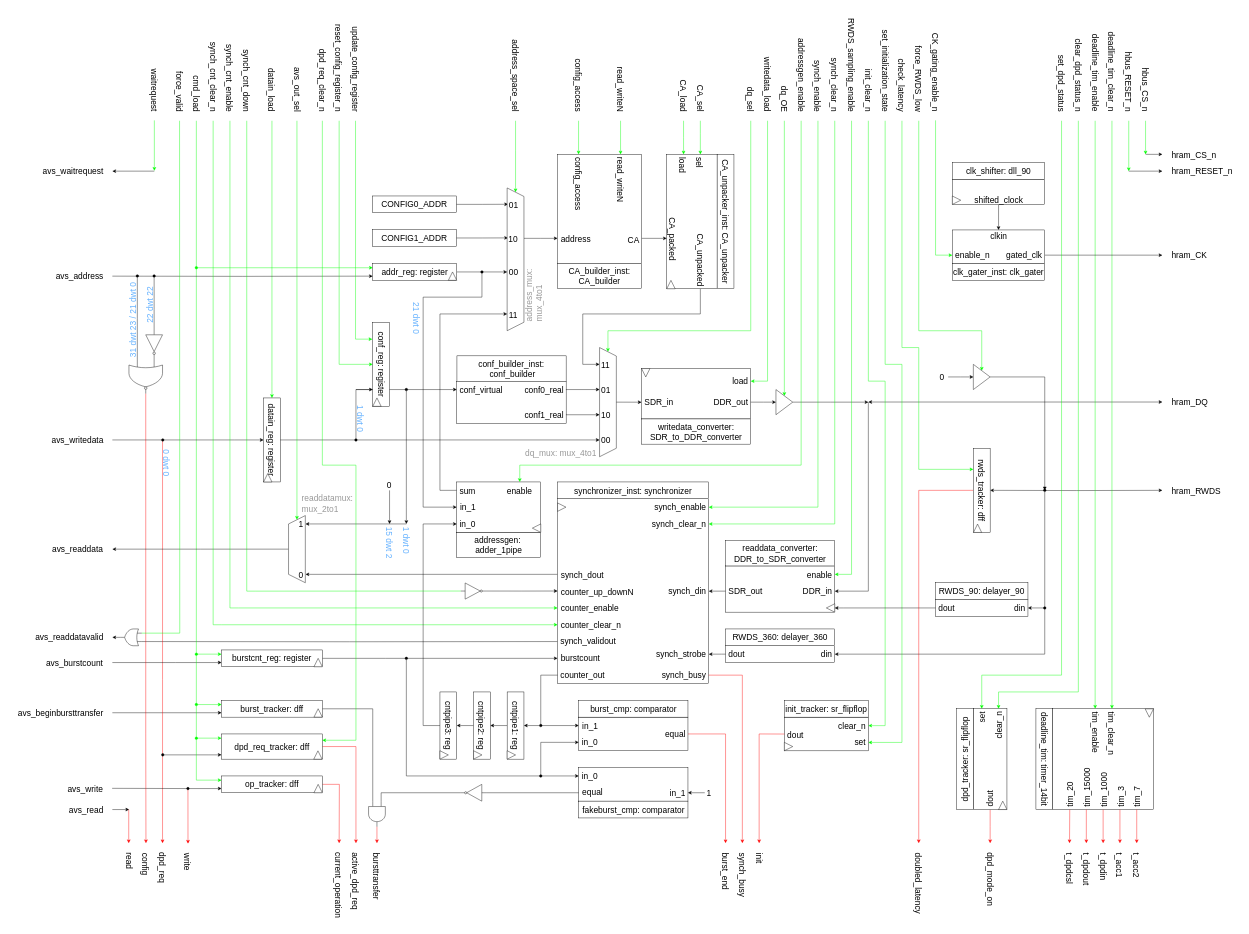
Before: page "RTL" (2 of 8) of hyperram_system/ip/avs_to_hram_converter/schematics/avs_to_hram_converter.drawio in AndreaBononi/Intel_Cyclone10LP_systems, a draw.io diagram. Source tidied: cells renumbered, new cells numbered last; positions are measured from the earlier drawing's top-left corner, leaving out a move shared by most shapes. Both pictures are drawn from the tidied source at 42%, with x=0, y=0 at pixel (7, 51).
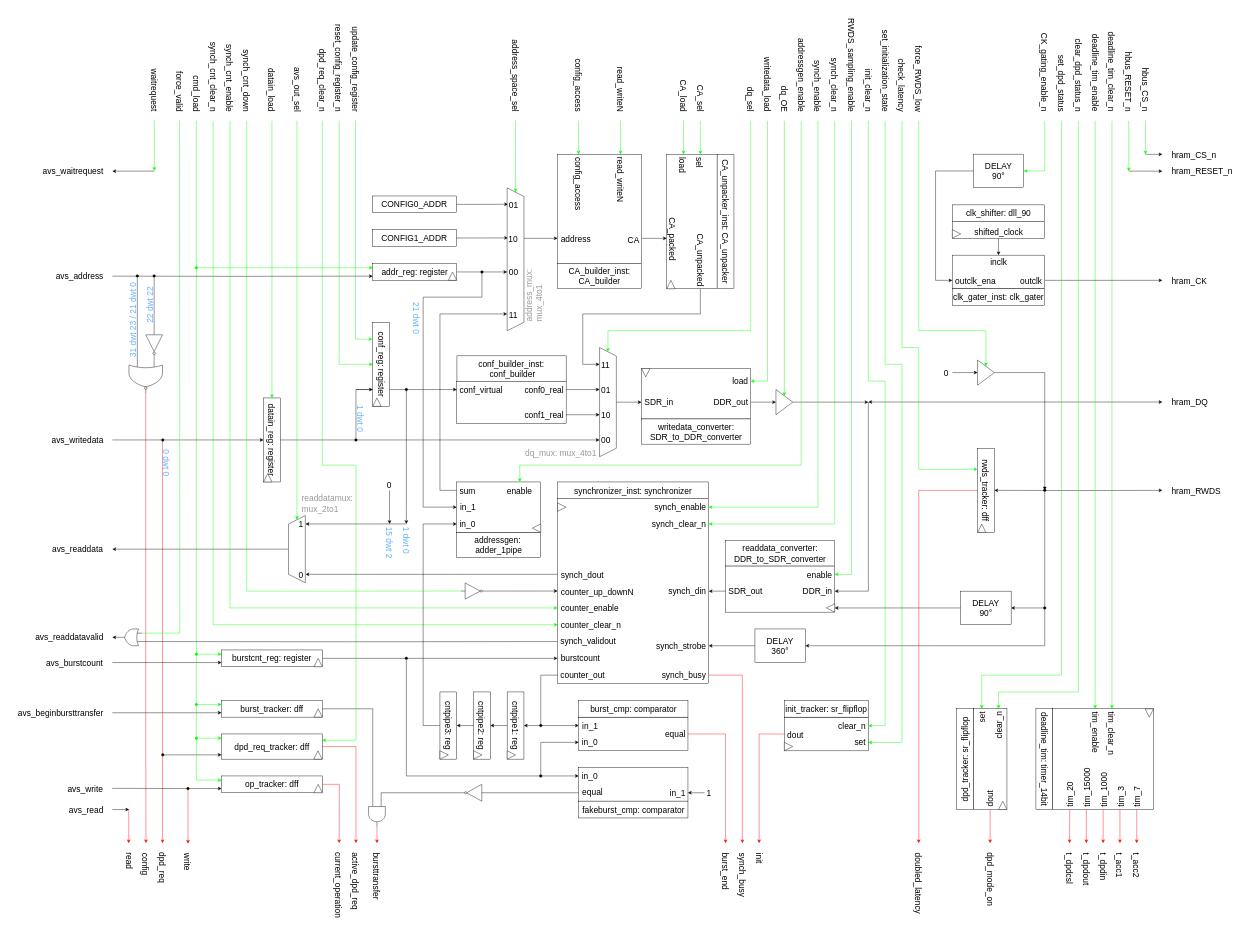
Above is the later version.

The change refers to these unchanged cells:
```xml
<mxCell id="22" style="triangle;whiteSpace=wrap;html=1;direction=west;fontSize=20;" parent="1" vertex="1">
  <mxGeometry x="1950" y="1315" width="20" height="20" as="geometry" />
</mxCell>
```

Diff of the diagram source:
```diff
@@
     <mxCell id="34" value="&lt;div style=&quot;font-size: 16px;&quot;&gt;&lt;font style=&quot;font-size: 20px;&quot;&gt;hram_CK&lt;/font&gt;&lt;/div&gt;" style="text;html=1;align=left;verticalAlign=middle;strokeColor=none;fillColor=none;fontSize=15;" parent="1" vertex="1">
-      <mxGeometry x="2770" y="465" width="110" height="40" as="geometry" />
+      <mxGeometry x="2770" y="525" width="110" height="40" as="geometry" />
     </mxCell>
-    <mxCell id="35" style="edgeStyle=orthogonalEdgeStyle;rounded=0;jettySize=auto;html=1;strokeColor=#00FF00;entryX=0;entryY=0.75;entryDx=0;entryDy=0;" parent="1" edge="1" target="80">
+    <mxCell id="35" style="edgeStyle=orthogonalEdgeStyle;rounded=0;jettySize=auto;html=1;strokeColor=default;entryX=0;entryY=0.75;entryDx=0;entryDy=0;exitX=0;exitY=0.5;exitDx=0;exitDy=0;" parent="1" edge="1" source="345" target="80">
       <mxGeometry relative="1" as="geometry">
-        <mxPoint x="2210" y="164" as="sourcePoint" />
         <Array as="points">
-          <mxPoint x="2210" y="485" />
+          <mxPoint x="2210" y="285" />
+          <mxPoint x="2210" y="545" />
         </Array>
       </mxGeometry>
     </mxCell>
     <mxCell id="36" value="&lt;font style=&quot;font-size: 20px;&quot;&gt;CK_gating_enable_n&lt;/font&gt;" style="text;html=1;align=right;verticalAlign=middle;strokeColor=none;fillColor=none;rotation=90;fontSize=15;" parent="1" vertex="1">
-      <mxGeometry x="2105" y="19.1" width="210" height="40" as="geometry" />
+      <mxGeometry x="2364" y="19.1" width="210" height="40" as="geometry" />
     </mxCell>
-    <mxCell id="37" style="edgeStyle=orthogonalEdgeStyle;rounded=0;jettySize=auto;html=1;entryX=1;entryY=0.5;entryDx=0;entryDy=0;startArrow=oval;startFill=1;" parent="1" edge="1" target="38">
+    <mxCell id="37" style="edgeStyle=orthogonalEdgeStyle;rounded=0;jettySize=auto;html=1;entryX=1;entryY=0.5;entryDx=0;entryDy=0;startArrow=oval;startFill=1;" parent="1" edge="1" target="347">
       <mxGeometry relative="1" as="geometry">
         <mxPoint x="2470" y="1325" as="sourcePoint" />
         <Array as="points">
-          <mxPoint x="2470" y="1435" />
+          <mxPoint x="2470" y="1415" />
         </Array>
       </mxGeometry>
     </mxCell>
-    <mxCell id="38" style="rounded=0;whiteSpace=wrap;html=1;fontSize=20;" parent="1" vertex="1">
-      <mxGeometry x="1710" y="1415" width="260" height="40" as="geometry" />
-    </mxCell>
-    <mxCell id="39" value="&lt;font style=&quot;font-size: 20px;&quot;&gt;RWDS_360: delayer_360&lt;/font&gt;" style="rounded=0;whiteSpace=wrap;html=1;fontSize=20;" parent="1" vertex="1">
-      <mxGeometry x="1710" y="1375" width="260" height="40" as="geometry" />
-    </mxCell>
-    <mxCell id="40" value="&lt;font style=&quot;font-size: 20px;&quot;&gt;din&lt;/font&gt;" style="text;html=1;align=right;verticalAlign=middle;strokeColor=none;fillColor=none;fontSize=20;" parent="1" vertex="1">
-      <mxGeometry x="1914.5" y="1413.5" width="50" height="40" as="geometry" />
-    </mxCell>
-    <mxCell id="41" value="&lt;div style=&quot;font-size: 20px;&quot; align=&quot;left&quot;&gt;&lt;font style=&quot;font-size: 20px;&quot;&gt;dout&lt;/font&gt;&lt;/div&gt;" style="text;html=1;align=left;verticalAlign=middle;strokeColor=none;fillColor=none;fontSize=20;" parent="1" vertex="1">
-      <mxGeometry x="1714.5" y="1413.5" width="60" height="40" as="geometry" />
-    </mxCell>
@@
     <mxCell id="43" style="rounded=0;whiteSpace=wrap;html=1;fontSize=20;rotation=0;" parent="1" vertex="1">
-      <mxGeometry x="2250" y="305" width="220" height="60" as="geometry" />
+      <mxGeometry x="2250" y="405.3" width="220" height="40" as="geometry" />
     </mxCell>
     <mxCell id="44" value="&lt;font style=&quot;font-size: 20px;&quot;&gt;clk_shifter: dll_90&lt;br style=&quot;font-size: 20px;&quot;&gt;&lt;/font&gt;" style="rounded=0;whiteSpace=wrap;html=1;fontSize=20;rotation=0;" parent="1" vertex="1">
-      <mxGeometry x="2250" y="264.5" width="220" height="40" as="geometry" />
+      <mxGeometry x="2250" y="365.3" width="220" height="40" as="geometry" />
     </mxCell>
     <mxCell id="45" value="&lt;div align=&quot;center&quot; style=&quot;font-size: 20px;&quot;&gt;&lt;font style=&quot;font-size: 20px;&quot;&gt;shifted_clock&lt;/font&gt;&lt;/div&gt;" style="text;html=1;align=center;verticalAlign=middle;strokeColor=none;fillColor=none;fontSize=20;rotation=0;" parent="1" vertex="1">
-      <mxGeometry x="2290" y="334.2" width="140" height="40" as="geometry" />
+      <mxGeometry x="2290" y="409.5" width="140" height="40" as="geometry" />
     </mxCell>
-    <mxCell id="46" style="edgeStyle=orthogonalEdgeStyle;rounded=0;orthogonalLoop=1;jettySize=auto;html=1;" parent="1" edge="1">
+    <mxCell id="46" style="edgeStyle=orthogonalEdgeStyle;rounded=0;jettySize=auto;html=1;exitX=0;exitY=0.5;exitDx=0;exitDy=0;" parent="1" edge="1" source="347">
       <mxGeometry relative="1" as="geometry">
-        <mxPoint x="1710" y="1435" as="sourcePoint" />
-        <mxPoint x="1670" y="1435" as="targetPoint" />
-        <Array as="points">
-          <mxPoint x="1700" y="1435" />
-          <mxPoint x="1700" y="1435" />
-        </Array>
+        <mxPoint x="1670" y="1415" as="targetPoint" />
       </mxGeometry>
     </mxCell>
@@
-    <mxCell id="48" style="rounded=0;whiteSpace=wrap;html=1;fontSize=20;" parent="1" vertex="1">
-      <mxGeometry x="2210" y="1305" width="220" height="40" as="geometry" />
-    </mxCell>
-    <mxCell id="49" value="&lt;font style=&quot;font-size: 20px;&quot;&gt;RWDS_90: delayer_90&lt;/font&gt;" style="rounded=0;whiteSpace=wrap;html=1;fontSize=20;" parent="1" vertex="1">
-      <mxGeometry x="2210" y="1265" width="220" height="40" as="geometry" />
-    </mxCell>
-    <mxCell id="50" value="&lt;font style=&quot;font-size: 20px;&quot;&gt;din&lt;/font&gt;" style="text;html=1;align=right;verticalAlign=middle;strokeColor=none;fillColor=none;fontSize=20;" parent="1" vertex="1">
-      <mxGeometry x="2375" y="1305" width="50" height="40" as="geometry" />
-    </mxCell>
-    <mxCell id="51" value="&lt;div style=&quot;font-size: 20px;&quot; align=&quot;left&quot;&gt;&lt;font style=&quot;font-size: 20px;&quot;&gt;dout&lt;/font&gt;&lt;/div&gt;" style="text;html=1;align=left;verticalAlign=middle;strokeColor=none;fillColor=none;fontSize=20;" parent="1" vertex="1">
-      <mxGeometry x="2215" y="1305" width="60" height="40" as="geometry" />
-    </mxCell>
@@
     <mxCell id="79" style="edgeStyle=orthogonalEdgeStyle;rounded=0;orthogonalLoop=1;jettySize=auto;html=1;exitX=1;exitY=0.25;exitDx=0;exitDy=0;" parent="1" edge="1">
       <mxGeometry relative="1" as="geometry">
-        <mxPoint x="2470" y="485" as="sourcePoint" />
-        <mxPoint x="2750" y="485" as="targetPoint" />
+        <mxPoint x="2470" y="545" as="sourcePoint" />
+        <mxPoint x="2750" y="545" as="targetPoint" />
       </mxGeometry>
     </mxCell>
     <mxCell id="80" style="rounded=0;whiteSpace=wrap;html=1;fontSize=20;rotation=0;" parent="1" vertex="1">
-      <mxGeometry x="2250" y="425" width="220" height="80" as="geometry" />
+      <mxGeometry x="2250" y="485" width="220" height="80" as="geometry" />
     </mxCell>
     <mxCell id="81" value="&lt;font style=&quot;font-size: 20px;&quot;&gt;clk_gater_inst: clk_gater&lt;br style=&quot;font-size: 20px;&quot;&gt;&lt;/font&gt;" style="rounded=0;whiteSpace=wrap;html=1;fontSize=20;rotation=0;" parent="1" vertex="1">
-      <mxGeometry x="2250" y="505" width="220" height="40" as="geometry" />
+      <mxGeometry x="2250" y="565" width="220" height="40" as="geometry" />
     </mxCell>
-    <mxCell id="82" value="gated_clk" style="text;html=1;align=right;verticalAlign=middle;strokeColor=none;fillColor=none;fontSize=20;rotation=0;" parent="1" vertex="1">
-      <mxGeometry x="2355" y="465" width="110" height="40" as="geometry" />
+    <mxCell id="82" value="outclk" style="text;html=1;align=right;verticalAlign=middle;strokeColor=none;fillColor=none;fontSize=20;rotation=0;" parent="1" vertex="1">
+      <mxGeometry x="2385" y="525" width="80" height="40" as="geometry" />
     </mxCell>
-    <mxCell id="83" value="enable_n" style="text;html=1;align=left;verticalAlign=middle;strokeColor=none;fillColor=none;fontSize=20;rotation=0;" parent="1" vertex="1">
-      <mxGeometry x="2255" y="465" width="110" height="40" as="geometry" />
+    <mxCell id="83" value="outclk_ena" style="text;html=1;align=left;verticalAlign=middle;strokeColor=none;fillColor=none;fontSize=20;rotation=0;" parent="1" vertex="1">
+      <mxGeometry x="2255" y="525" width="120" height="40" as="geometry" />
     </mxCell>
@@
     <mxCell id="92" value="&lt;font style=&quot;font-size: 20px;&quot;&gt;synch_strobe&lt;/font&gt;" style="text;html=1;align=right;verticalAlign=middle;strokeColor=none;fillColor=none;fontSize=20;rotation=0;" parent="1" vertex="1">
-      <mxGeometry x="1525" y="1413.5" width="140" height="40" as="geometry" />
+      <mxGeometry x="1525" y="1395" width="140" height="40" as="geometry" />
     </mxCell>
@@
-    <mxCell id="95" style="edgeStyle=orthogonalEdgeStyle;rounded=0;jettySize=auto;html=1;entryX=0;entryY=0.5;entryDx=0;entryDy=0;exitX=0;exitY=0.5;exitDx=0;exitDy=0;" parent="1" edge="1" source="48" target="22">
-      <mxGeometry relative="1" as="geometry">
-        <Array as="points">
-          <mxPoint x="1990" y="1325" />
-        </Array>
-      </mxGeometry>
+    <mxCell id="95" style="edgeStyle=orthogonalEdgeStyle;rounded=0;jettySize=auto;html=1;entryX=0;entryY=0.5;entryDx=0;entryDy=0;exitX=0;exitY=0.5;exitDx=0;exitDy=0;" parent="1" edge="1" source="346" target="22">
+      <mxGeometry relative="1" as="geometry" />
     </mxCell>
@@
     <mxCell id="150" style="edgeStyle=orthogonalEdgeStyle;rounded=0;jettySize=auto;html=1;strokeColor=#00FF00;entryX=0.5;entryY=0;entryDx=0;entryDy=0;" parent="1" edge="1" target="186">
       <mxGeometry relative="1" as="geometry">
         <mxPoint x="2170" y="165" as="sourcePoint" />
         <Array as="points">
           <mxPoint x="2170" y="665" />
-          <mxPoint x="2320" y="665" />
+          <mxPoint x="2330" y="665" />
         </Array>
       </mxGeometry>
     </mxCell>
@@
-    <mxCell id="158" style="edgeStyle=orthogonalEdgeStyle;rounded=0;jettySize=auto;html=1;startArrow=oval;startFill=1;entryX=1;entryY=0.5;entryDx=0;entryDy=0;" parent="1" edge="1" target="48">
+    <mxCell id="158" style="edgeStyle=orthogonalEdgeStyle;rounded=0;jettySize=auto;html=1;startArrow=oval;startFill=1;entryX=1;entryY=0.5;entryDx=0;entryDy=0;" parent="1" edge="1" target="346">
       <mxGeometry relative="1" as="geometry">
         <mxPoint x="2470" y="1045" as="sourcePoint" />
         <Array as="points">
           <mxPoint x="2470" y="1325" />
         </Array>
       </mxGeometry>
     </mxCell>
     <mxCell id="159" value="&lt;font style=&quot;font-size: 20px;&quot;&gt;rwds_tracker: dff&lt;/font&gt;" style="rounded=0;whiteSpace=wrap;html=1;horizontal=1;direction=south;fontSize=20;rotation=90;" parent="1" vertex="1">
-      <mxGeometry x="2220" y="1025" width="200" height="40" as="geometry" />
+      <mxGeometry x="2230" y="1025" width="200" height="40" as="geometry" />
     </mxCell>
     <mxCell id="160" style="triangle;whiteSpace=wrap;html=1;direction=east;fontSize=15;horizontal=1;rotation=-90;" parent="1" vertex="1">
-      <mxGeometry x="2300" y="1125.5" width="20" height="19.5" as="geometry" />
+      <mxGeometry x="2310" y="1125.5" width="20" height="19.5" as="geometry" />
     </mxCell>
@@
     <mxCell id="184" style="edgeStyle=orthogonalEdgeStyle;rounded=0;jettySize=auto;html=1;endArrow=block;endFill=1;exitX=1;exitY=0.5;exitDx=0;exitDy=0;" parent="1" edge="1" source="186">
       <mxGeometry relative="1" as="geometry">
         <mxPoint x="2470" y="1045" as="targetPoint" />
         <Array as="points">
-          <mxPoint x="2470" y="775" />
+          <mxPoint x="2470" y="765" />
         </Array>
       </mxGeometry>
     </mxCell>
     <mxCell id="185" style="edgeStyle=orthogonalEdgeStyle;rounded=0;jettySize=auto;html=1;exitX=0;exitY=0.5;exitDx=0;exitDy=0;entryX=0;entryY=0.5;entryDx=0;entryDy=0;" parent="1" edge="1" target="186">
       <mxGeometry relative="1" as="geometry">
-        <mxPoint x="2240" y="775" as="sourcePoint" />
+        <mxPoint x="2250" y="764.6" as="sourcePoint" />
         <Array as="points">
-          <mxPoint x="2270" y="774.1" />
-          <mxPoint x="2270" y="774.1" />
+          <mxPoint x="2280" y="763.7" />
+          <mxPoint x="2280" y="763.7" />
         </Array>
       </mxGeometry>
     </mxCell>
     <mxCell id="186" style="triangle;whiteSpace=wrap;html=1;align=left;" parent="1" vertex="1">
-      <mxGeometry x="2300" y="745" width="40" height="60" as="geometry" />
+      <mxGeometry x="2310" y="734.6" width="40" height="60" as="geometry" />
     </mxCell>
     <mxCell id="187" value="&lt;font style=&quot;font-size: 20px;&quot;&gt;0&lt;/font&gt;" style="text;html=1;align=center;verticalAlign=middle;strokeColor=none;fillColor=none;" parent="1" vertex="1">
-      <mxGeometry x="2210" y="755.4" width="30" height="40" as="geometry" />
+      <mxGeometry x="2220" y="745" width="30" height="40" as="geometry" />
     </mxCell>
@@
     <mxCell id="342" style="triangle;whiteSpace=wrap;html=1;direction=west;fontSize=20;rotation=-180;" parent="1" vertex="1">
-      <mxGeometry x="2250" y="344.2" width="20" height="20" as="geometry" />
+      <mxGeometry x="2250" y="424.5" width="20" height="20" as="geometry" />
     </mxCell>
-    <mxCell id="343" value="clkin" style="text;html=1;align=center;verticalAlign=middle;strokeColor=none;fillColor=none;fontSize=20;rotation=0;" parent="1" vertex="1">
-      <mxGeometry x="2330" y="420" width="60" height="40" as="geometry" />
+    <mxCell id="343" value="inclk" style="text;html=1;align=center;verticalAlign=middle;strokeColor=none;fillColor=none;fontSize=20;rotation=0;" parent="1" vertex="1">
+      <mxGeometry x="2330" y="480" width="60" height="40" as="geometry" />
     </mxCell>
+    <mxCell id="344" style="edgeStyle=orthogonalEdgeStyle;rounded=0;jettySize=auto;html=1;entryX=1;entryY=0.5;entryDx=0;entryDy=0;strokeColor=#00FF00;" parent="1" edge="1" target="345">
+      <mxGeometry relative="1" as="geometry">
+        <mxPoint x="2470" y="165" as="sourcePoint" />
+        <Array as="points">
+          <mxPoint x="2470" y="284" />
+        </Array>
+      </mxGeometry>
+    </mxCell>
+    <mxCell id="345" value="&lt;div&gt;DELAY&lt;/div&gt;&lt;div&gt;90°&lt;br&gt;&lt;/div&gt;" style="rounded=0;whiteSpace=wrap;html=1;fontSize=20;" parent="1" vertex="1">
+      <mxGeometry x="2300" y="244.5" width="120" height="80" as="geometry" />
+    </mxCell>
+    <mxCell id="346" value="&lt;div&gt;DELAY&lt;/div&gt;&lt;div&gt;90°&lt;br&gt;&lt;/div&gt;" style="rounded=0;whiteSpace=wrap;html=1;fontSize=20;" parent="1" vertex="1">
+      <mxGeometry x="2270" y="1285" width="120" height="80" as="geometry" />
+    </mxCell>
+    <mxCell id="347" value="&lt;div&gt;DELAY&lt;/div&gt;&lt;div&gt;360°&lt;br&gt;&lt;/div&gt;" style="rounded=0;whiteSpace=wrap;html=1;fontSize=20;" parent="1" vertex="1">
+      <mxGeometry x="1780" y="1375" width="120" height="80" as="geometry" />
+    </mxCell>
```
